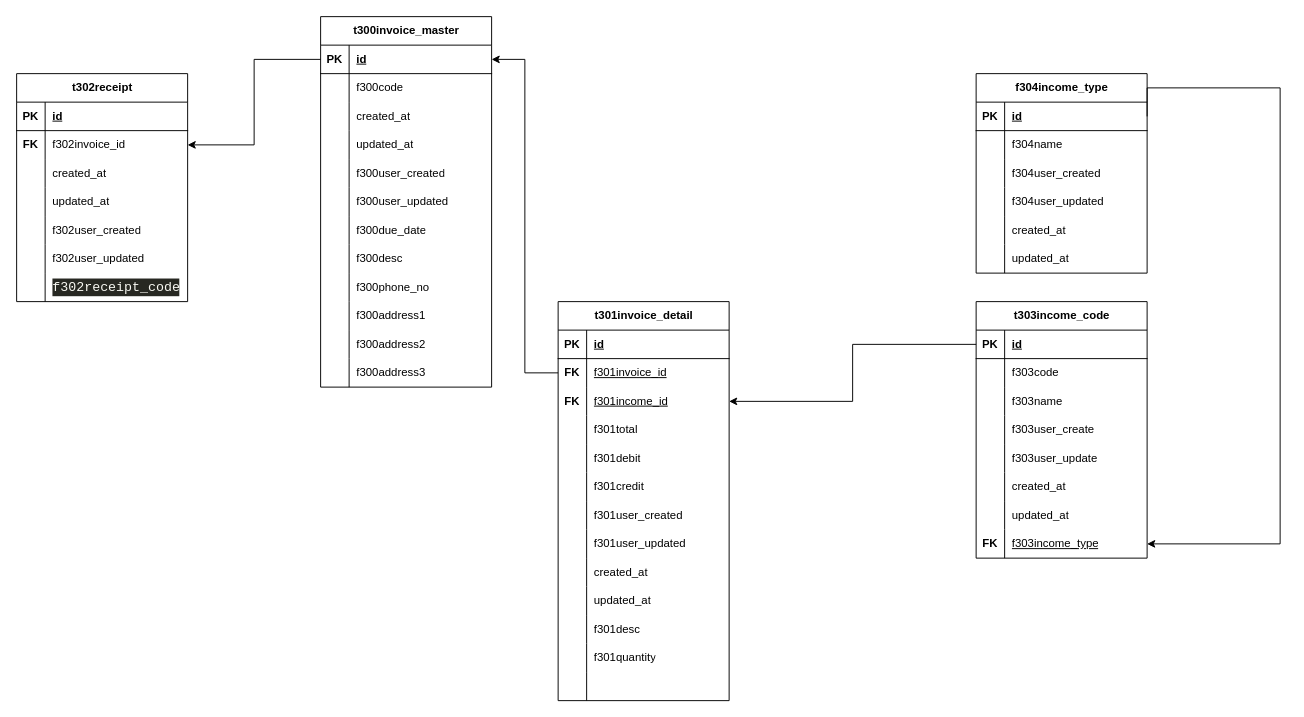
Before: page "Billing Management" (2 of 4) of rentall_app.drawio in harishaikal940322/diagram, a draw.io diagram. Source tidied: cells renumbered, new cells numbered last; positions are measured from the earlier drawing's top-left corner, leaving out a move shared by most shapes. Both pictures are drawn from the tidied source at 95%, with x=0, y=0 at pixel (16, 16).
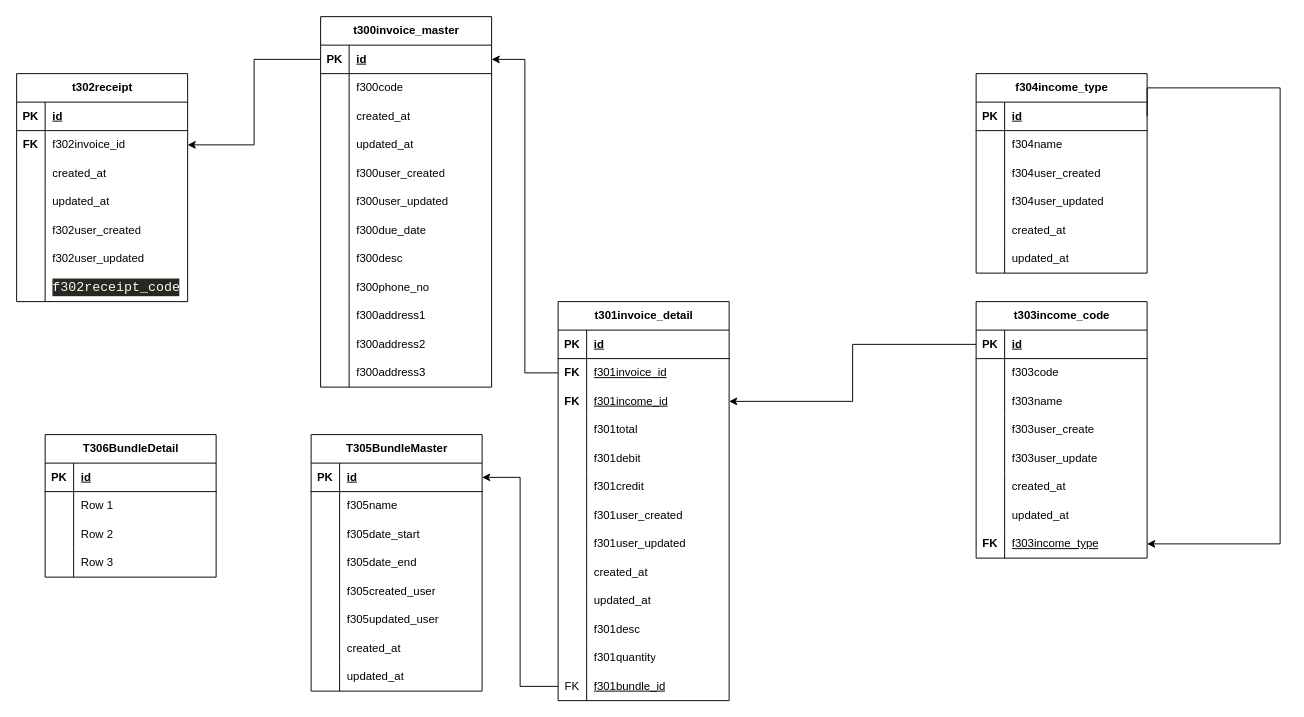
The same diagram, later.

The change refers to these unchanged cells:
```xml
<mxCell id="98" style="shape=tableRow;horizontal=0;startSize=0;swimlaneHead=0;swimlaneBody=0;fillColor=none;points=[[0,0.5],[1,0.5]];portConstraint=eastwest;top=0;left=0;right=0;bottom=0;" parent="61" vertex="1">
  <mxGeometry y="390" width="180" height="30" as="geometry" />
</mxCell>
```

What changed in the source:
```diff
@@
-    <mxCell id="99" style="shape=partialRectangle;fillColor=none;top=0;left=0;bottom=0;right=0;overflow=hidden;whiteSpace=wrap;html=1;" parent="98" vertex="1">
+    <mxCell id="99" value="FK" style="shape=partialRectangle;fillColor=none;top=0;left=0;bottom=0;right=0;overflow=hidden;whiteSpace=wrap;html=1;" parent="98" vertex="1">
       <mxGeometry width="30" height="30" as="geometry" />
     </mxCell>
-    <mxCell id="100" style="shape=partialRectangle;fillColor=none;top=0;left=0;bottom=0;right=0;align=left;spacingLeft=6;overflow=hidden;whiteSpace=wrap;html=1;" parent="98" vertex="1">
+    <mxCell id="100" value="&lt;u&gt;f301bundle_id&lt;/u&gt;" style="shape=partialRectangle;fillColor=none;top=0;left=0;bottom=0;right=0;align=left;spacingLeft=6;overflow=hidden;whiteSpace=wrap;html=1;" parent="98" vertex="1">
       <mxGeometry x="30" width="150" height="30" as="geometry" />
     </mxCell>
@@
+    <mxCell id="149" value="T305BundleMaster" style="shape=table;startSize=30;childLayout=tableLayout;rowLines=0;fontStyle=1;align=center;html=1;" parent="1" vertex="1">
+      <mxGeometry x="310" y="440" width="180" height="270" as="geometry" />
+    </mxCell>
+    <mxCell id="150" style="shape=tableRow;horizontal=0;startSize=0;swimlaneHead=0;swimlaneBody=0;fillColor=none;points=[[0,0.5],[1,0.5]];portConstraint=eastwest;top=0;left=0;right=0;bottom=1;" parent="149" vertex="1">
+      <mxGeometry y="30" width="180" height="30" as="geometry" />
+    </mxCell>
+    <mxCell id="151" value="PK" style="shape=partialRectangle;fillColor=none;top=0;left=0;bottom=0;right=0;fontStyle=1;overflow=hidden;whiteSpace=wrap;html=1;" parent="150" vertex="1">
+      <mxGeometry width="30" height="30" as="geometry" />
+    </mxCell>
+    <mxCell id="152" value="id" style="shape=partialRectangle;fillColor=none;top=0;left=0;bottom=0;right=0;align=left;spacingLeft=6;fontStyle=5;overflow=hidden;whiteSpace=wrap;html=1;" parent="150" vertex="1">
+      <mxGeometry x="30" width="150" height="30" as="geometry" />
+    </mxCell>
+    <mxCell id="153" style="shape=tableRow;horizontal=0;startSize=0;swimlaneHead=0;swimlaneBody=0;fillColor=none;top=0;left=0;right=0;bottom=0;" parent="149" vertex="1">
+      <mxGeometry y="60" width="180" height="30" as="geometry" />
+    </mxCell>
+    <mxCell id="154" style="shape=partialRectangle;fillColor=none;top=0;left=0;bottom=0;right=0;overflow=hidden;whiteSpace=wrap;html=1;" parent="153" vertex="1">
+      <mxGeometry width="30" height="30" as="geometry" />
+    </mxCell>
+    <mxCell id="155" value="f305name" style="shape=partialRectangle;fillColor=none;top=0;left=0;bottom=0;right=0;align=left;spacingLeft=6;overflow=hidden;whiteSpace=wrap;html=1;" parent="153" vertex="1">
+      <mxGeometry x="30" width="150" height="30" as="geometry" />
+    </mxCell>
+    <mxCell id="156" style="shape=tableRow;horizontal=0;startSize=0;swimlaneHead=0;swimlaneBody=0;fillColor=none;top=0;left=0;right=0;bottom=0;" parent="149" vertex="1">
+      <mxGeometry y="90" width="180" height="30" as="geometry" />
+    </mxCell>
+    <mxCell id="157" style="shape=partialRectangle;fillColor=none;top=0;left=0;bottom=0;right=0;overflow=hidden;whiteSpace=wrap;html=1;" parent="156" vertex="1">
+      <mxGeometry width="30" height="30" as="geometry" />
+    </mxCell>
+    <mxCell id="158" value="f305date_start" style="shape=partialRectangle;fillColor=none;top=0;left=0;bottom=0;right=0;align=left;spacingLeft=6;overflow=hidden;whiteSpace=wrap;html=1;" parent="156" vertex="1">
+      <mxGeometry x="30" width="150" height="30" as="geometry" />
+    </mxCell>
+    <mxCell id="159" style="shape=tableRow;horizontal=0;startSize=0;swimlaneHead=0;swimlaneBody=0;fillColor=none;top=0;left=0;right=0;bottom=0;" parent="149" vertex="1">
+      <mxGeometry y="120" width="180" height="30" as="geometry" />
+    </mxCell>
+    <mxCell id="160" style="shape=partialRectangle;fillColor=none;top=0;left=0;bottom=0;right=0;overflow=hidden;whiteSpace=wrap;html=1;" parent="159" vertex="1">
+      <mxGeometry width="30" height="30" as="geometry" />
+    </mxCell>
+    <mxCell id="161" value="f305date_end" style="shape=partialRectangle;fillColor=none;top=0;left=0;bottom=0;right=0;align=left;spacingLeft=6;overflow=hidden;whiteSpace=wrap;html=1;" parent="159" vertex="1">
+      <mxGeometry x="30" width="150" height="30" as="geometry" />
+    </mxCell>
+    <mxCell id="162" style="shape=tableRow;horizontal=0;startSize=0;swimlaneHead=0;swimlaneBody=0;fillColor=none;top=0;left=0;right=0;bottom=0;" parent="149" vertex="1">
+      <mxGeometry y="150" width="180" height="30" as="geometry" />
+    </mxCell>
+    <mxCell id="163" style="shape=partialRectangle;fillColor=none;top=0;left=0;bottom=0;right=0;overflow=hidden;whiteSpace=wrap;html=1;" parent="162" vertex="1">
+      <mxGeometry width="30" height="30" as="geometry" />
+    </mxCell>
+    <mxCell id="164" value="f305created_user" style="shape=partialRectangle;fillColor=none;top=0;left=0;bottom=0;right=0;align=left;spacingLeft=6;overflow=hidden;whiteSpace=wrap;html=1;" parent="162" vertex="1">
+      <mxGeometry x="30" width="150" height="30" as="geometry" />
+    </mxCell>
+    <mxCell id="165" style="shape=tableRow;horizontal=0;startSize=0;swimlaneHead=0;swimlaneBody=0;fillColor=none;top=0;left=0;right=0;bottom=0;" parent="149" vertex="1">
+      <mxGeometry y="180" width="180" height="30" as="geometry" />
+    </mxCell>
+    <mxCell id="166" style="shape=partialRectangle;fillColor=none;top=0;left=0;bottom=0;right=0;overflow=hidden;whiteSpace=wrap;html=1;" parent="165" vertex="1">
+      <mxGeometry width="30" height="30" as="geometry" />
+    </mxCell>
+    <mxCell id="167" value="f305updated_user" style="shape=partialRectangle;fillColor=none;top=0;left=0;bottom=0;right=0;align=left;spacingLeft=6;overflow=hidden;whiteSpace=wrap;html=1;" parent="165" vertex="1">
+      <mxGeometry x="30" width="150" height="30" as="geometry" />
+    </mxCell>
+    <mxCell id="168" style="shape=tableRow;horizontal=0;startSize=0;swimlaneHead=0;swimlaneBody=0;fillColor=none;top=0;left=0;right=0;bottom=0;" parent="149" vertex="1">
+      <mxGeometry y="210" width="180" height="30" as="geometry" />
+    </mxCell>
+    <mxCell id="169" style="shape=partialRectangle;fillColor=none;top=0;left=0;bottom=0;right=0;overflow=hidden;whiteSpace=wrap;html=1;" parent="168" vertex="1">
+      <mxGeometry width="30" height="30" as="geometry" />
+    </mxCell>
+    <mxCell id="170" value="created_at" style="shape=partialRectangle;fillColor=none;top=0;left=0;bottom=0;right=0;align=left;spacingLeft=6;overflow=hidden;whiteSpace=wrap;html=1;" parent="168" vertex="1">
+      <mxGeometry x="30" width="150" height="30" as="geometry" />
+    </mxCell>
+    <mxCell id="171" style="shape=tableRow;horizontal=0;startSize=0;swimlaneHead=0;swimlaneBody=0;fillColor=none;top=0;left=0;right=0;bottom=0;" parent="149" vertex="1">
+      <mxGeometry y="240" width="180" height="30" as="geometry" />
+    </mxCell>
+    <mxCell id="172" style="shape=partialRectangle;fillColor=none;top=0;left=0;bottom=0;right=0;overflow=hidden;whiteSpace=wrap;html=1;" parent="171" vertex="1">
+      <mxGeometry width="30" height="30" as="geometry" />
+    </mxCell>
+    <mxCell id="173" value="updated_at" style="shape=partialRectangle;fillColor=none;top=0;left=0;bottom=0;right=0;align=left;spacingLeft=6;overflow=hidden;whiteSpace=wrap;html=1;" parent="171" vertex="1">
+      <mxGeometry x="30" width="150" height="30" as="geometry" />
+    </mxCell>
+    <mxCell id="174" style="edgeStyle=orthogonalEdgeStyle;rounded=0;jettySize=auto;html=1;exitX=0;exitY=0.5;exitDx=0;exitDy=0;entryX=1;entryY=0.5;entryDx=0;entryDy=0;" parent="1" edge="1" source="98" target="150">
+      <mxGeometry relative="1" as="geometry" />
+    </mxCell>
+    <mxCell id="175" value="T306BundleDetail" style="shape=table;startSize=30;childLayout=tableLayout;rowLines=0;fontStyle=1;align=center;html=1;" parent="1" vertex="1">
+      <mxGeometry x="30" y="440" width="180" height="150" as="geometry" />
+    </mxCell>
+    <mxCell id="176" style="shape=tableRow;horizontal=0;startSize=0;swimlaneHead=0;swimlaneBody=0;fillColor=none;top=0;left=0;right=0;bottom=1;" parent="175" vertex="1">
+      <mxGeometry y="30" width="180" height="30" as="geometry" />
+    </mxCell>
+    <mxCell id="177" value="PK" style="shape=partialRectangle;fillColor=none;top=0;left=0;bottom=0;right=0;fontStyle=1;overflow=hidden;whiteSpace=wrap;html=1;" parent="176" vertex="1">
+      <mxGeometry width="30" height="30" as="geometry" />
+    </mxCell>
+    <mxCell id="178" value="id" style="shape=partialRectangle;fillColor=none;top=0;left=0;bottom=0;right=0;align=left;spacingLeft=6;fontStyle=5;overflow=hidden;whiteSpace=wrap;html=1;" parent="176" vertex="1">
+      <mxGeometry x="30" width="150" height="30" as="geometry" />
+    </mxCell>
+    <mxCell id="179" style="shape=tableRow;horizontal=0;startSize=0;swimlaneHead=0;swimlaneBody=0;fillColor=none;top=0;left=0;right=0;bottom=0;" parent="175" vertex="1">
+      <mxGeometry y="60" width="180" height="30" as="geometry" />
+    </mxCell>
+    <mxCell id="180" style="shape=partialRectangle;fillColor=none;top=0;left=0;bottom=0;right=0;overflow=hidden;whiteSpace=wrap;html=1;" parent="179" vertex="1">
+      <mxGeometry width="30" height="30" as="geometry" />
+    </mxCell>
+    <mxCell id="181" value="Row 1" style="shape=partialRectangle;fillColor=none;top=0;left=0;bottom=0;right=0;align=left;spacingLeft=6;overflow=hidden;whiteSpace=wrap;html=1;" parent="179" vertex="1">
+      <mxGeometry x="30" width="150" height="30" as="geometry" />
+    </mxCell>
+    <mxCell id="182" style="shape=tableRow;horizontal=0;startSize=0;swimlaneHead=0;swimlaneBody=0;fillColor=none;top=0;left=0;right=0;bottom=0;" parent="175" vertex="1">
+      <mxGeometry y="90" width="180" height="30" as="geometry" />
+    </mxCell>
+    <mxCell id="183" style="shape=partialRectangle;fillColor=none;top=0;left=0;bottom=0;right=0;overflow=hidden;whiteSpace=wrap;html=1;" parent="182" vertex="1">
+      <mxGeometry width="30" height="30" as="geometry" />
+    </mxCell>
+    <mxCell id="184" value="Row 2" style="shape=partialRectangle;fillColor=none;top=0;left=0;bottom=0;right=0;align=left;spacingLeft=6;overflow=hidden;whiteSpace=wrap;html=1;" parent="182" vertex="1">
+      <mxGeometry x="30" width="150" height="30" as="geometry" />
+    </mxCell>
+    <mxCell id="185" style="shape=tableRow;horizontal=0;startSize=0;swimlaneHead=0;swimlaneBody=0;fillColor=none;top=0;left=0;right=0;bottom=0;" parent="175" vertex="1">
+      <mxGeometry y="120" width="180" height="30" as="geometry" />
+    </mxCell>
+    <mxCell id="186" style="shape=partialRectangle;fillColor=none;top=0;left=0;bottom=0;right=0;overflow=hidden;whiteSpace=wrap;html=1;" parent="185" vertex="1">
+      <mxGeometry width="30" height="30" as="geometry" />
+    </mxCell>
+    <mxCell id="187" value="Row 3" style="shape=partialRectangle;fillColor=none;top=0;left=0;bottom=0;right=0;align=left;spacingLeft=6;overflow=hidden;whiteSpace=wrap;html=1;" parent="185" vertex="1">
+      <mxGeometry x="30" width="150" height="30" as="geometry" />
+    </mxCell>
```
